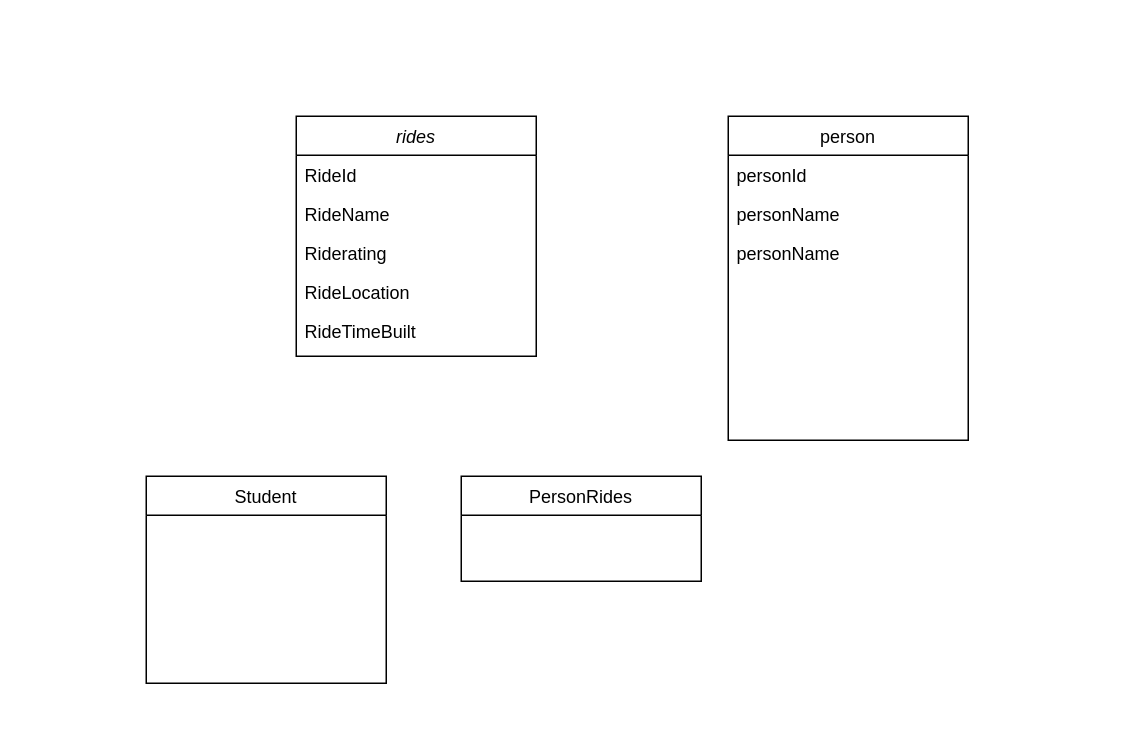
This is Diagram zonder titel.drawio from NickSchoenmakers/4Shop, a draw.io file, before an edit. Source tidied: cells renumbered, new cells numbered last; positions are measured from the earlier drawing's top-left corner, leaving out a move shared by most shapes. Both pictures are drawn from the tidied source at 150%, with x=0, y=0 at pixel (146, 116).
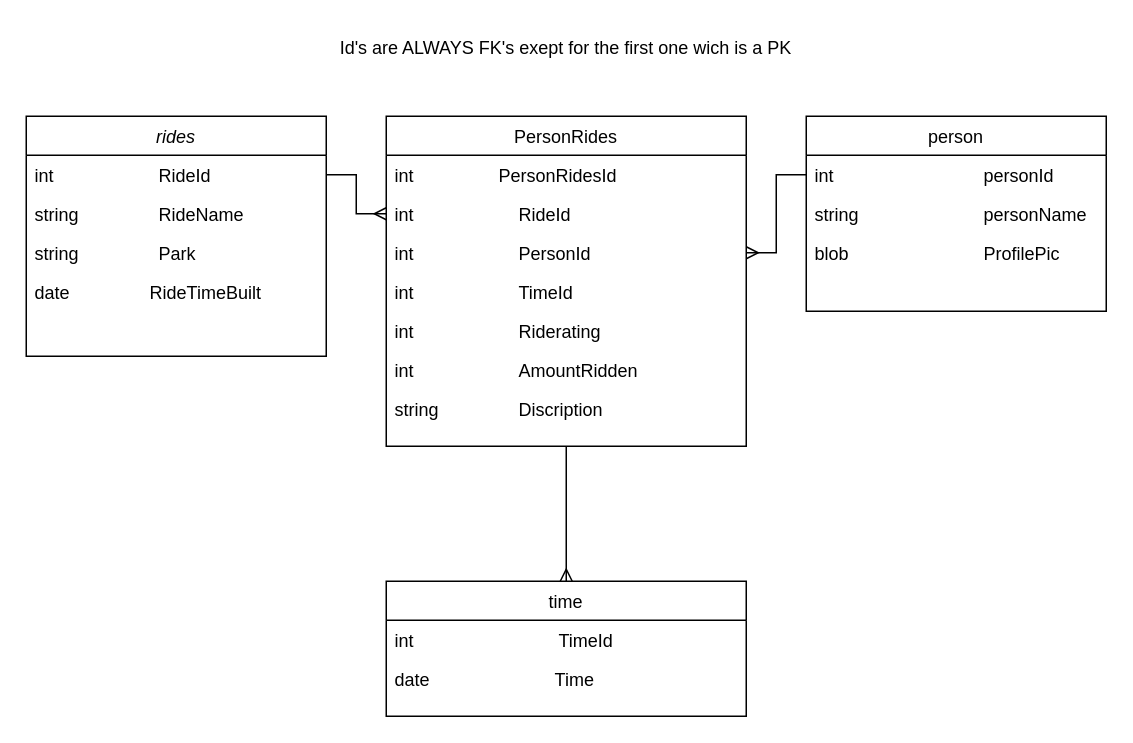
After the change.

The edit, as a diff of the source:
```diff
@@
     <mxCell id="2" value="rides" style="swimlane;fontStyle=2;align=center;verticalAlign=top;horizontal=1;startSize=26;rounded=0;shadow=0;strokeWidth=1;" parent="1" vertex="1">
-      <mxGeometry x="100" width="160" height="160" as="geometry" />
+      <mxGeometry x="-80" width="200" height="160" as="geometry" />
     </mxCell>
-    <mxCell id="3" value="RideId" style="text;align=left;verticalAlign=top;spacingLeft=4;spacingRight=4;overflow=hidden;points=[[0,0.5],[1,0.5]];portConstraint=eastwest;" parent="2" vertex="1">
-      <mxGeometry y="26" width="160" height="26" as="geometry" />
+    <mxCell id="3" value="int                     RideId" style="text;align=left;verticalAlign=top;spacingLeft=4;spacingRight=4;overflow=hidden;points=[[0,0.5],[1,0.5]];portConstraint=eastwest;" parent="2" vertex="1">
+      <mxGeometry y="26" width="200" height="26" as="geometry" />
     </mxCell>
-    <mxCell id="4" value="RideName" style="text;align=left;verticalAlign=top;spacingLeft=4;spacingRight=4;overflow=hidden;" parent="2" vertex="1">
-      <mxGeometry y="52" width="160" height="26" as="geometry" />
+    <mxCell id="4" value="string                RideName" style="text;align=left;verticalAlign=top;spacingLeft=4;spacingRight=4;overflow=hidden;" parent="2" vertex="1">
+      <mxGeometry y="52" width="200" height="26" as="geometry" />
     </mxCell>
-    <mxCell id="5" value="Riderating" style="text;align=left;verticalAlign=top;spacingLeft=4;spacingRight=4;overflow=hidden;" parent="2" vertex="1">
-      <mxGeometry y="78" width="160" height="26" as="geometry" />
-    </mxCell>
-    <mxCell id="6" value="RideLocation" style="text;align=left;verticalAlign=top;spacingLeft=4;spacingRight=4;overflow=hidden;" parent="2" vertex="1">
-      <mxGeometry y="104" width="160" height="26" as="geometry" />
+    <mxCell id="6" value="string                Park" style="text;align=left;verticalAlign=top;spacingLeft=4;spacingRight=4;overflow=hidden;" parent="2" vertex="1">
+      <mxGeometry y="78" width="200" height="26" as="geometry" />
     </mxCell>
-    <mxCell id="7" value="RideTimeBuilt" style="text;align=left;verticalAlign=top;spacingLeft=4;spacingRight=4;overflow=hidden;" parent="2" vertex="1">
-      <mxGeometry y="130" width="160" height="26" as="geometry" />
+    <mxCell id="7" value="date                RideTimeBuilt" style="text;align=left;verticalAlign=top;spacingLeft=4;spacingRight=4;overflow=hidden;" parent="2" vertex="1">
+      <mxGeometry y="104" width="200" height="26" as="geometry" />
     </mxCell>
-    <mxCell id="8" value="Student" style="swimlane;fontStyle=0;align=center;verticalAlign=top;horizontal=1;startSize=26;rounded=0;shadow=0;strokeWidth=1;" parent="1" vertex="1">
-      <mxGeometry y="240" width="160" height="138" as="geometry" />
-    </mxCell>
+    <mxCell id="14" style="edgeStyle=orthogonalEdgeStyle;rounded=0;jettySize=auto;html=1;entryX=0.5;entryY=0;entryDx=0;entryDy=0;endArrow=ERmany;endFill=0;" parent="1" edge="1" source="9" target="24">
+      <mxGeometry relative="1" as="geometry" />
+    </mxCell>
     <mxCell id="9" value="PersonRides" style="swimlane;fontStyle=0;align=center;verticalAlign=top;horizontal=1;startSize=26;rounded=0;shadow=0;strokeWidth=1;" parent="1" vertex="1">
-      <mxGeometry x="210" y="240" width="160" height="70" as="geometry" />
+      <mxGeometry x="160" width="240" height="220" as="geometry" />
     </mxCell>
+    <mxCell id="15" value="int                 PersonRidesId" style="text;align=left;verticalAlign=top;spacingLeft=4;spacingRight=4;overflow=hidden;" parent="9" vertex="1">
+      <mxGeometry y="26" width="240" height="26" as="geometry" />
+    </mxCell>
+    <mxCell id="16" value="int                     RideId" style="text;align=left;verticalAlign=top;spacingLeft=4;spacingRight=4;overflow=hidden;points=[[0,0.5],[1,0.5]];portConstraint=eastwest;" parent="9" vertex="1">
+      <mxGeometry y="52" width="240" height="26" as="geometry" />
+    </mxCell>
+    <mxCell id="17" value="int                     PersonId" style="text;align=left;verticalAlign=top;spacingLeft=4;spacingRight=4;overflow=hidden;points=[[0,0.5],[1,0.5]];portConstraint=eastwest;" parent="9" vertex="1">
+      <mxGeometry y="78" width="240" height="26" as="geometry" />
+    </mxCell>
+    <mxCell id="18" value="int                     TimeId" style="text;align=left;verticalAlign=top;spacingLeft=4;spacingRight=4;overflow=hidden;" parent="9" vertex="1">
+      <mxGeometry y="104" width="240" height="26" as="geometry" />
+    </mxCell>
+    <mxCell id="5" value="int                     Riderating" style="text;align=left;verticalAlign=top;spacingLeft=4;spacingRight=4;overflow=hidden;" parent="9" vertex="1">
+      <mxGeometry y="130" width="240" height="26" as="geometry" />
+    </mxCell>
+    <mxCell id="19" value="int                     AmountRidden" style="text;align=left;verticalAlign=top;spacingLeft=4;spacingRight=4;overflow=hidden;" parent="9" vertex="1">
+      <mxGeometry y="156" width="240" height="26" as="geometry" />
+    </mxCell>
+    <mxCell id="20" value="string                Discription" style="text;align=left;verticalAlign=top;spacingLeft=4;spacingRight=4;overflow=hidden;" parent="9" vertex="1">
+      <mxGeometry y="182" width="240" height="26" as="geometry" />
+    </mxCell>
     <mxCell id="10" value="person" style="swimlane;fontStyle=0;align=center;verticalAlign=top;horizontal=1;startSize=26;rounded=0;shadow=0;strokeWidth=1;" parent="1" vertex="1">
-      <mxGeometry x="388" width="160" height="216" as="geometry" />
+      <mxGeometry x="440" width="200" height="130" as="geometry" />
     </mxCell>
-    <mxCell id="11" value="personId" style="text;align=left;verticalAlign=top;spacingLeft=4;spacingRight=4;overflow=hidden;points=[[0,0.5],[1,0.5]];portConstraint=eastwest;" parent="10" vertex="1">
-      <mxGeometry y="26" width="160" height="26" as="geometry" />
+    <mxCell id="11" value="int                              personId" style="text;align=left;verticalAlign=top;spacingLeft=4;spacingRight=4;overflow=hidden;points=[[0,0.5],[1,0.5]];portConstraint=eastwest;" parent="10" vertex="1">
+      <mxGeometry y="26" width="200" height="26" as="geometry" />
     </mxCell>
-    <mxCell id="12" value="personName" style="text;align=left;verticalAlign=top;spacingLeft=4;spacingRight=4;overflow=hidden;" parent="10" vertex="1">
-      <mxGeometry y="52" width="160" height="26" as="geometry" />
+    <mxCell id="12" value="string                         personName" style="text;align=left;verticalAlign=top;spacingLeft=4;spacingRight=4;overflow=hidden;" parent="10" vertex="1">
+      <mxGeometry y="52" width="200" height="26" as="geometry" />
     </mxCell>
-    <mxCell id="13" value="personName" style="text;align=left;verticalAlign=top;spacingLeft=4;spacingRight=4;overflow=hidden;" parent="10" vertex="1">
-      <mxGeometry y="78" width="160" height="26" as="geometry" />
-    </mxCell>
+    <mxCell id="21" value="blob                           ProfilePic" style="text;align=left;verticalAlign=top;spacingLeft=4;spacingRight=4;overflow=hidden;" parent="10" vertex="1">
+      <mxGeometry y="78" width="200" height="26" as="geometry" />
+    </mxCell>
+    <mxCell id="22" style="edgeStyle=orthogonalEdgeStyle;rounded=0;jettySize=auto;html=1;entryX=0;entryY=0.5;entryDx=0;entryDy=0;endArrow=ERmany;endFill=0;" parent="1" edge="1" source="3" target="16">
+      <mxGeometry relative="1" as="geometry" />
+    </mxCell>
+    <mxCell id="23" style="edgeStyle=orthogonalEdgeStyle;rounded=0;jettySize=auto;html=1;entryX=1;entryY=0.5;entryDx=0;entryDy=0;endArrow=ERmany;endFill=0;" parent="1" edge="1" source="11" target="17">
+      <mxGeometry relative="1" as="geometry" />
+    </mxCell>
+    <mxCell id="24" value="time" style="swimlane;fontStyle=0;align=center;verticalAlign=top;horizontal=1;startSize=26;rounded=0;shadow=0;strokeWidth=1;" parent="1" vertex="1">
+      <mxGeometry x="160" y="310" width="240" height="90" as="geometry" />
+    </mxCell>
+    <mxCell id="25" value="int                             TimeId" style="text;align=left;verticalAlign=top;spacingLeft=4;spacingRight=4;overflow=hidden;" parent="24" vertex="1">
+      <mxGeometry y="26" width="240" height="26" as="geometry" />
+    </mxCell>
+    <mxCell id="26" value="date                         Time" style="text;align=left;verticalAlign=top;spacingLeft=4;spacingRight=4;overflow=hidden;" parent="24" vertex="1">
+      <mxGeometry y="52" width="240" height="26" as="geometry" />
+    </mxCell>
+    <mxCell id="27" value="Id's are ALWAYS FK's exept for the first one wich is a PK" style="text;html=1;strokeColor=none;fillColor=none;align=center;verticalAlign=middle;whiteSpace=wrap;rounded=0;" parent="1" vertex="1">
+      <mxGeometry x="100" y="-60" width="360" height="30" as="geometry" />
+    </mxCell>
```
